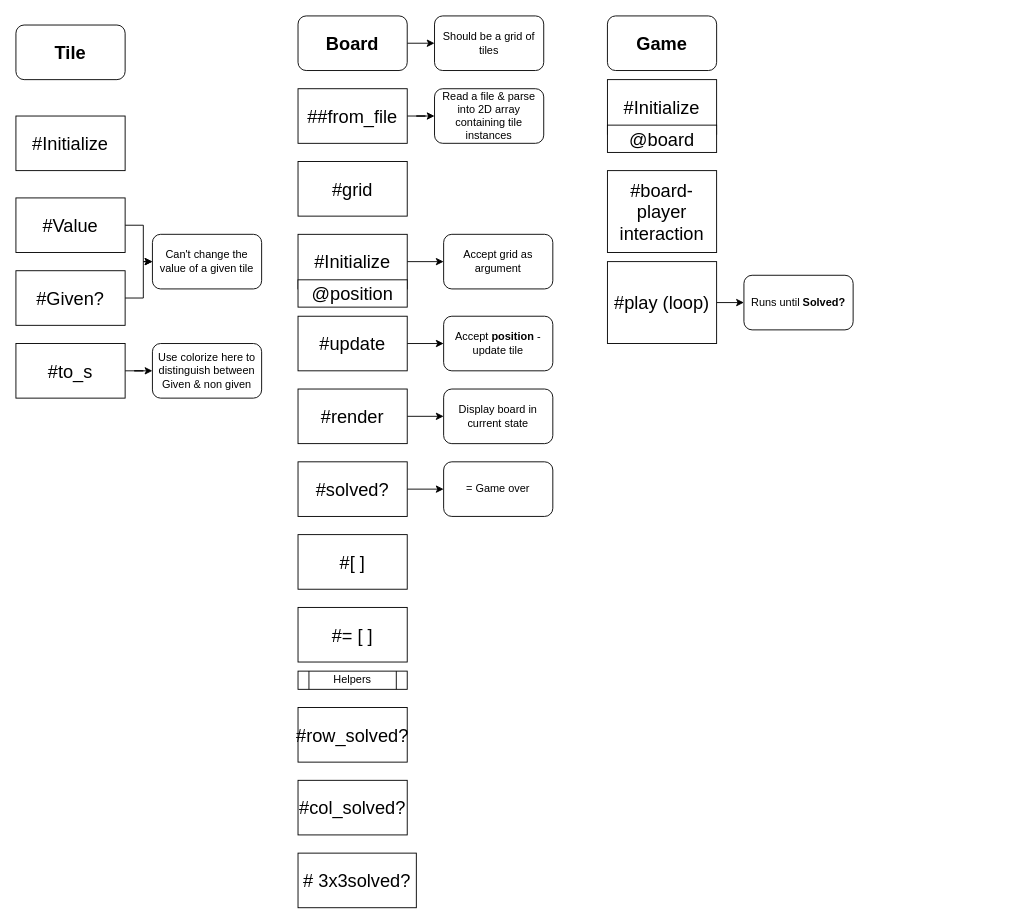
NickBohall/AppAcademyOpen keeps this draw.io diagram as Untitled Diagram.drawio. Above is the earlier version. Source tidied: cells renumbered, new cells numbered last; positions are measured from the earlier drawing's top-left corner, leaving out a move shared by most shapes. Both pictures are drawn from the tidied source at 91%, with x=0, y=0 at pixel (15, 15).
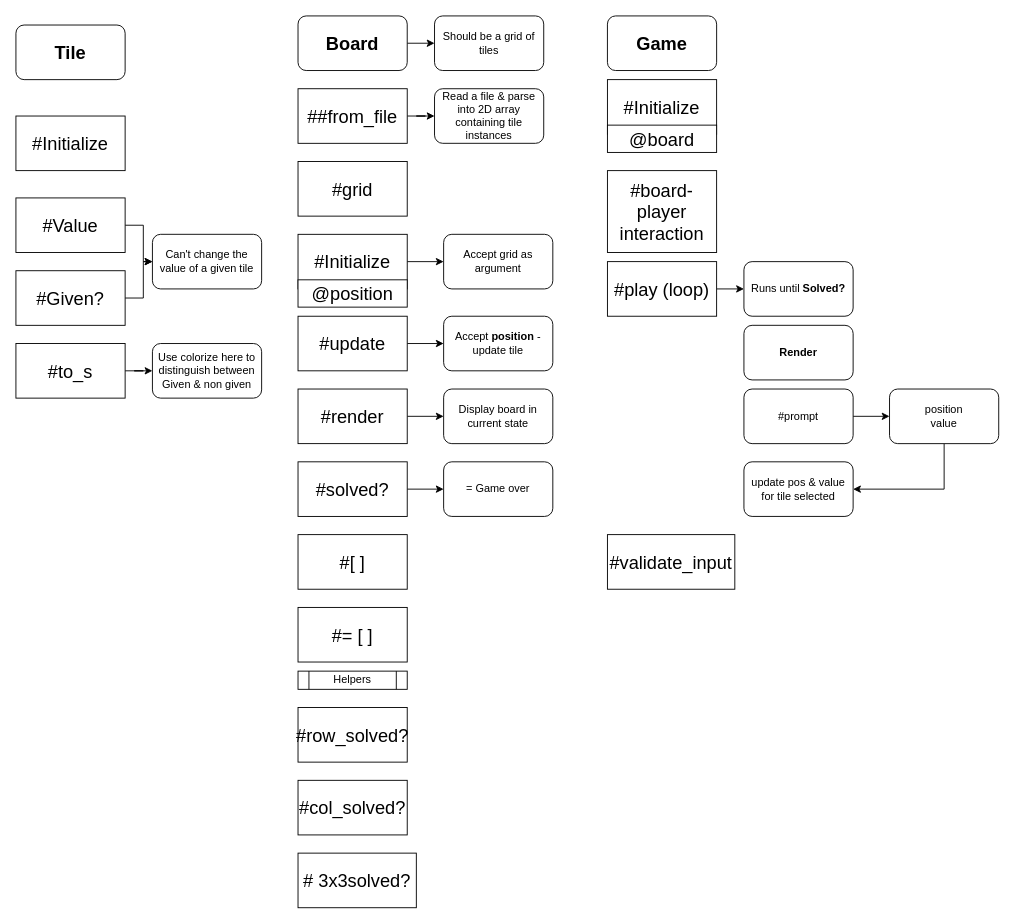
The same diagram, later.

Diff of the diagram source:
```diff
@@
     <mxCell id="43" value="#play (loop)" style="rounded=0;whiteSpace=wrap;html=1;fontSize=20;" parent="1" vertex="1">
-      <mxGeometry x="650" y="270" width="120" height="90" as="geometry" />
+      <mxGeometry x="650" y="270" width="120" height="60" as="geometry" />
     </mxCell>
     <mxCell id="44" value="Runs until &lt;b&gt;Solved?&lt;/b&gt;" style="rounded=1;whiteSpace=wrap;html=1;fontSize=12;" parent="1" vertex="1">
-      <mxGeometry x="800" y="285" width="120" height="60" as="geometry" />
+      <mxGeometry x="800" y="270" width="120" height="60" as="geometry" />
     </mxCell>
+    <mxCell id="45" value="&lt;b&gt;Render&lt;/b&gt;" style="rounded=1;whiteSpace=wrap;html=1;fontSize=12;" parent="1" vertex="1">
+      <mxGeometry x="800" y="340" width="120" height="60" as="geometry" />
+    </mxCell>
+    <mxCell id="46" style="edgeStyle=orthogonalEdgeStyle;rounded=0;jettySize=auto;html=1;exitX=1;exitY=0.5;exitDx=0;exitDy=0;entryX=0;entryY=0.5;entryDx=0;entryDy=0;fontSize=12;" parent="1" edge="1" source="47" target="49">
+      <mxGeometry relative="1" as="geometry" />
+    </mxCell>
+    <mxCell id="47" value="#prompt" style="rounded=1;whiteSpace=wrap;html=1;fontSize=12;" parent="1" vertex="1">
+      <mxGeometry x="800" y="410" width="120" height="60" as="geometry" />
+    </mxCell>
+    <mxCell id="48" style="edgeStyle=orthogonalEdgeStyle;rounded=0;jettySize=auto;html=1;exitX=0.5;exitY=1;exitDx=0;exitDy=0;entryX=1;entryY=0.5;entryDx=0;entryDy=0;fontSize=12;" parent="1" edge="1" source="49" target="50">
+      <mxGeometry relative="1" as="geometry" />
+    </mxCell>
+    <mxCell id="49" value="position&lt;br&gt;value" style="rounded=1;whiteSpace=wrap;html=1;fontSize=12;" parent="1" vertex="1">
+      <mxGeometry x="960" y="410" width="120" height="60" as="geometry" />
+    </mxCell>
+    <mxCell id="50" value="update pos &amp;amp; value for tile selected" style="rounded=1;whiteSpace=wrap;html=1;fontSize=12;" parent="1" vertex="1">
+      <mxGeometry x="800" y="490" width="120" height="60" as="geometry" />
+    </mxCell>
+    <mxCell id="51" value="#validate_input" style="rounded=0;whiteSpace=wrap;html=1;fontSize=20;" parent="1" vertex="1">
+      <mxGeometry x="650" y="570" width="140" height="60" as="geometry" />
+    </mxCell>
```
